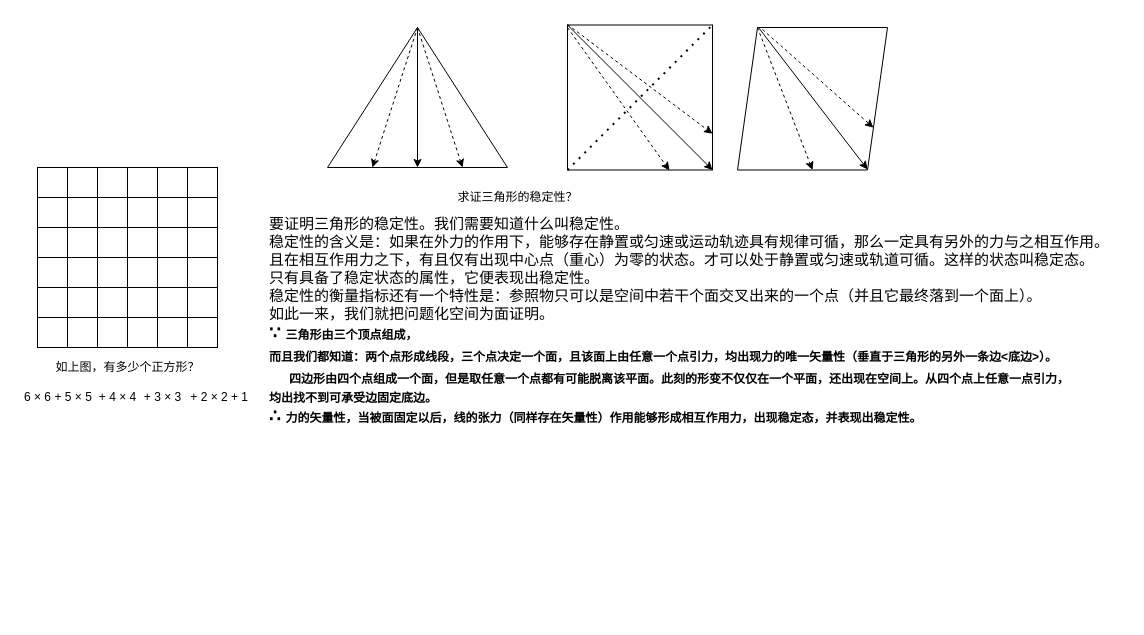
This is 算数.drawio from UTOUUCENTER-CD/Adv-Mathematics, a draw.io file, before an edit. Source tidied: cells renumbered, new cells numbered last; positions are measured from the earlier drawing's top-left corner, leaving out a move shared by most shapes. Both pictures are drawn from the tidied source at 100%, with x=0, y=0 at pixel (17, 7).
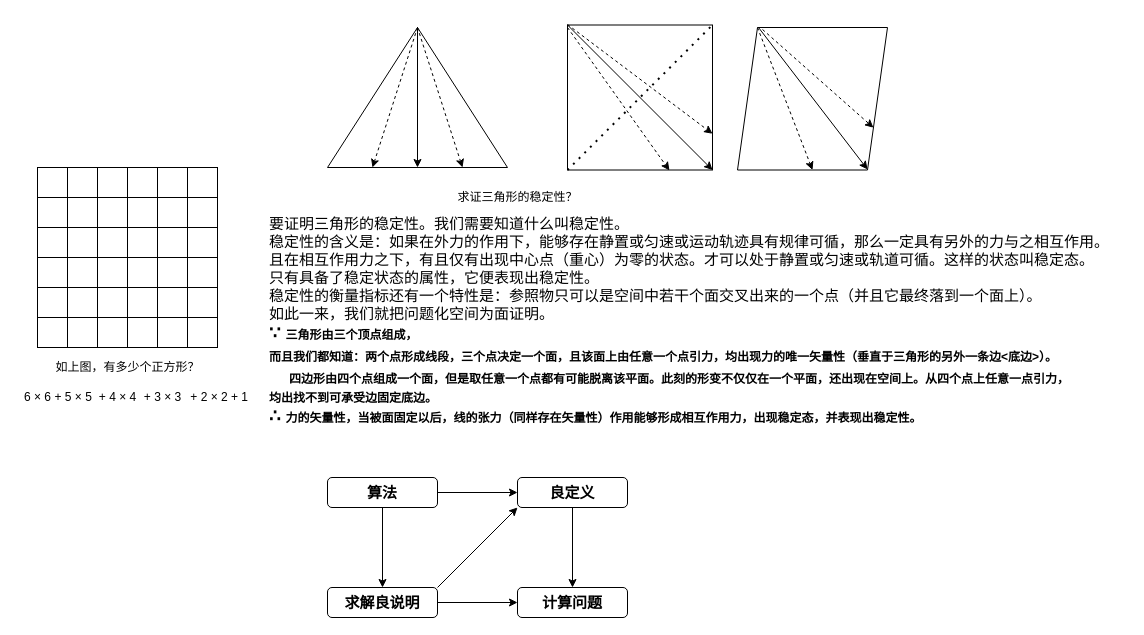
The same diagram, later.

Change to the diagram source:
```diff
@@
+    <mxCell id="65" style="edgeStyle=orthogonalEdgeStyle;rounded=0;jettySize=auto;html=1;" parent="1" edge="1" source="67" target="69">
+      <mxGeometry relative="1" as="geometry" />
+    </mxCell>
+    <mxCell id="66" style="edgeStyle=orthogonalEdgeStyle;rounded=0;jettySize=auto;html=1;" parent="1" edge="1" source="67" target="71">
+      <mxGeometry relative="1" as="geometry" />
+    </mxCell>
+    <mxCell id="67" value="&lt;b&gt;算法&lt;/b&gt;" style="rounded=1;whiteSpace=wrap;html=1;fontSize=15;" parent="1" vertex="1">
+      <mxGeometry x="310" y="470" width="110" height="30" as="geometry" />
+    </mxCell>
+    <mxCell id="68" style="edgeStyle=orthogonalEdgeStyle;rounded=0;jettySize=auto;html=1;" parent="1" edge="1" source="69" target="72">
+      <mxGeometry relative="1" as="geometry" />
+    </mxCell>
+    <mxCell id="69" value="&lt;b&gt;良定义&lt;/b&gt;" style="rounded=1;whiteSpace=wrap;html=1;fontSize=15;" parent="1" vertex="1">
+      <mxGeometry x="500" y="470" width="110" height="30" as="geometry" />
+    </mxCell>
+    <mxCell id="70" style="edgeStyle=orthogonalEdgeStyle;rounded=0;jettySize=auto;html=1;" parent="1" edge="1" source="71" target="72">
+      <mxGeometry relative="1" as="geometry" />
+    </mxCell>
+    <mxCell id="71" value="&lt;b&gt;求解良说明&lt;/b&gt;" style="rounded=1;whiteSpace=wrap;html=1;fontSize=15;" parent="1" vertex="1">
+      <mxGeometry x="310" y="580" width="110" height="30" as="geometry" />
+    </mxCell>
+    <mxCell id="72" value="&lt;b&gt;计算问题&lt;/b&gt;" style="rounded=1;whiteSpace=wrap;html=1;fontSize=15;" parent="1" vertex="1">
+      <mxGeometry x="500" y="580" width="110" height="30" as="geometry" />
+    </mxCell>
+    <mxCell id="73" style="endArrow=classic;html=1;exitX=1;exitY=0;exitDx=0;exitDy=0;entryX=0;entryY=1;entryDx=0;entryDy=0;" parent="1" edge="1" source="71" target="69">
+      <mxGeometry relative="1" as="geometry" />
+    </mxCell>
```
